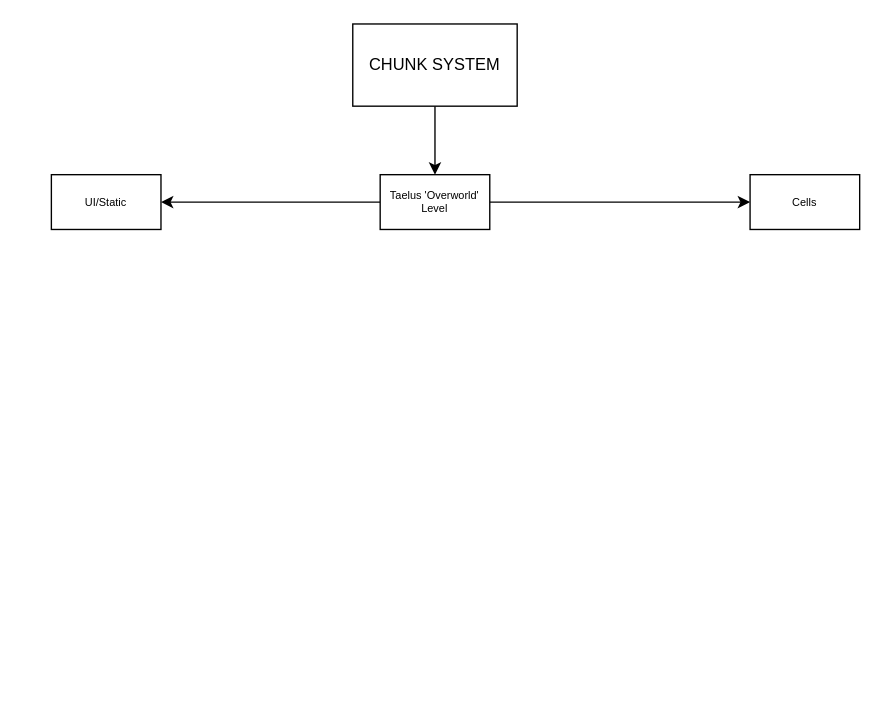
This is Notes/Charts/ChunkSystem.drawio from ChrisGlenn/Taelus, a draw.io file, before an edit. Source tidied: cells renumbered, new cells numbered last; positions are measured from the earlier drawing's top-left corner, leaving out a move shared by most shapes. Both pictures are drawn from the tidied source at 137%, with x=0, y=0 at pixel (51, 23).
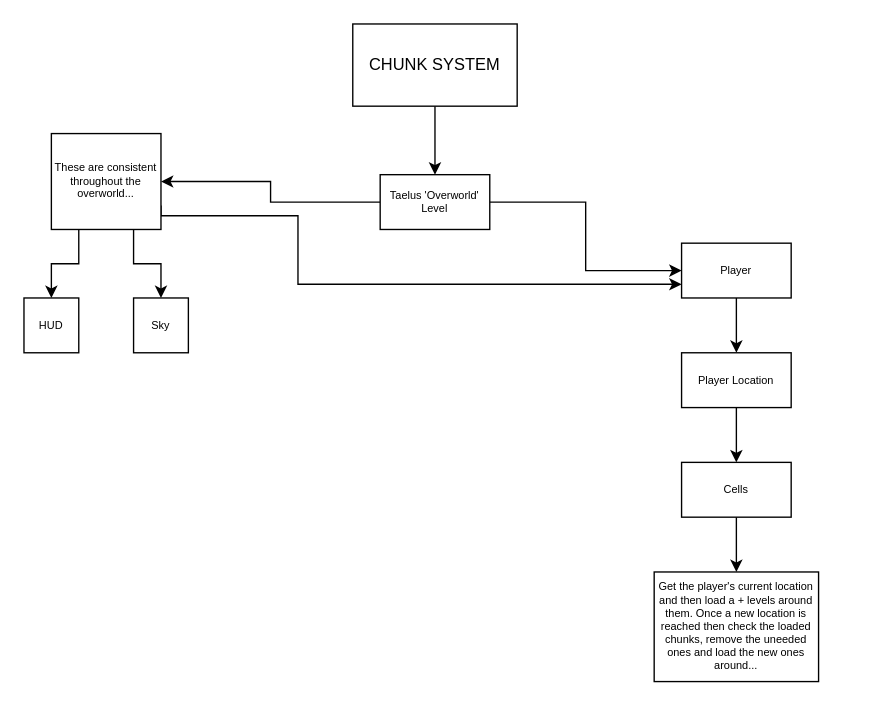
After the change.

Diff of the diagram source:
```diff
@@
+    <mxCell id="9" style="edgeStyle=orthogonalEdgeStyle;rounded=0;jettySize=auto;html=1;exitX=1;exitY=0.75;exitDx=0;exitDy=0;entryX=0;entryY=0.75;entryDx=0;entryDy=0;" parent="1" edge="1" source="7" target="8">
+      <mxGeometry relative="1" as="geometry">
+        <Array as="points">
+          <mxPoint x="180" y="140" />
+          <mxPoint x="180" y="190" />
+        </Array>
+      </mxGeometry>
+    </mxCell>
+    <mxCell id="10" style="edgeStyle=orthogonalEdgeStyle;rounded=0;jettySize=auto;html=1;exitX=0.25;exitY=1;exitDx=0;exitDy=0;entryX=0.5;entryY=0;entryDx=0;entryDy=0;" parent="1" edge="1" source="7" target="13">
+      <mxGeometry relative="1" as="geometry" />
+    </mxCell>
+    <mxCell id="11" style="edgeStyle=orthogonalEdgeStyle;rounded=0;jettySize=auto;html=1;exitX=0.75;exitY=1;exitDx=0;exitDy=0;entryX=0.5;entryY=0;entryDx=0;entryDy=0;" parent="1" edge="1" source="7" target="14">
+      <mxGeometry relative="1" as="geometry" />
+    </mxCell>
-    <mxCell id="7" value="UI/Static" style="rounded=0;whiteSpace=wrap;html=1;fontSize=8;" parent="1" vertex="1">
-      <mxGeometry y="110" width="80" height="40" as="geometry" />
+    <mxCell id="7" value="These are consistent throughout the overworld..." style="rounded=0;whiteSpace=wrap;html=1;fontSize=8;" parent="1" vertex="1">
+      <mxGeometry y="80" width="80" height="70" as="geometry" />
     </mxCell>
+    <mxCell id="12" style="edgeStyle=orthogonalEdgeStyle;rounded=0;jettySize=auto;html=1;exitX=0.5;exitY=1;exitDx=0;exitDy=0;entryX=0.5;entryY=0;entryDx=0;entryDy=0;" parent="1" edge="1" source="8" target="18">
+      <mxGeometry relative="1" as="geometry" />
+    </mxCell>
-    <mxCell id="8" value="Cells" style="rounded=0;whiteSpace=wrap;html=1;fontSize=8;" parent="1" vertex="1">
-      <mxGeometry x="510" y="110" width="80" height="40" as="geometry" />
+    <mxCell id="8" value="Player" style="rounded=0;whiteSpace=wrap;html=1;fontSize=8;" parent="1" vertex="1">
+      <mxGeometry x="460" y="160" width="80" height="40" as="geometry" />
     </mxCell>
+    <mxCell id="13" value="HUD" style="rounded=0;whiteSpace=wrap;html=1;fontSize=8;" parent="1" vertex="1">
+      <mxGeometry x="-20" y="200" width="40" height="40" as="geometry" />
+    </mxCell>
+    <mxCell id="14" value="Sky" style="rounded=0;whiteSpace=wrap;html=1;fontSize=8;" parent="1" vertex="1">
+      <mxGeometry x="60" y="200" width="40" height="40" as="geometry" />
+    </mxCell>
+    <mxCell id="15" style="edgeStyle=orthogonalEdgeStyle;rounded=0;jettySize=auto;html=1;exitX=0.5;exitY=1;exitDx=0;exitDy=0;entryX=0.5;entryY=0;entryDx=0;entryDy=0;" parent="1" edge="1" source="16" target="19">
+      <mxGeometry relative="1" as="geometry" />
+    </mxCell>
+    <mxCell id="16" value="Cells" style="rounded=0;whiteSpace=wrap;html=1;fontSize=8;" parent="1" vertex="1">
+      <mxGeometry x="460" y="320" width="80" height="40" as="geometry" />
+    </mxCell>
+    <mxCell id="17" style="edgeStyle=orthogonalEdgeStyle;rounded=0;jettySize=auto;html=1;exitX=0.5;exitY=1;exitDx=0;exitDy=0;entryX=0.5;entryY=0;entryDx=0;entryDy=0;" parent="1" edge="1" source="18" target="16">
+      <mxGeometry relative="1" as="geometry" />
+    </mxCell>
+    <mxCell id="18" value="Player Location" style="rounded=0;whiteSpace=wrap;html=1;fontSize=8;" parent="1" vertex="1">
+      <mxGeometry x="460" y="240" width="80" height="40" as="geometry" />
+    </mxCell>
+    <mxCell id="19" value="Get the player's current location and then load a + levels around them. Once a new location is reached then check the loaded chunks, remove the uneeded ones and load the new ones around..." style="rounded=0;whiteSpace=wrap;html=1;fontSize=8;" parent="1" vertex="1">
+      <mxGeometry x="440" y="400" width="120" height="80" as="geometry" />
+    </mxCell>
```
